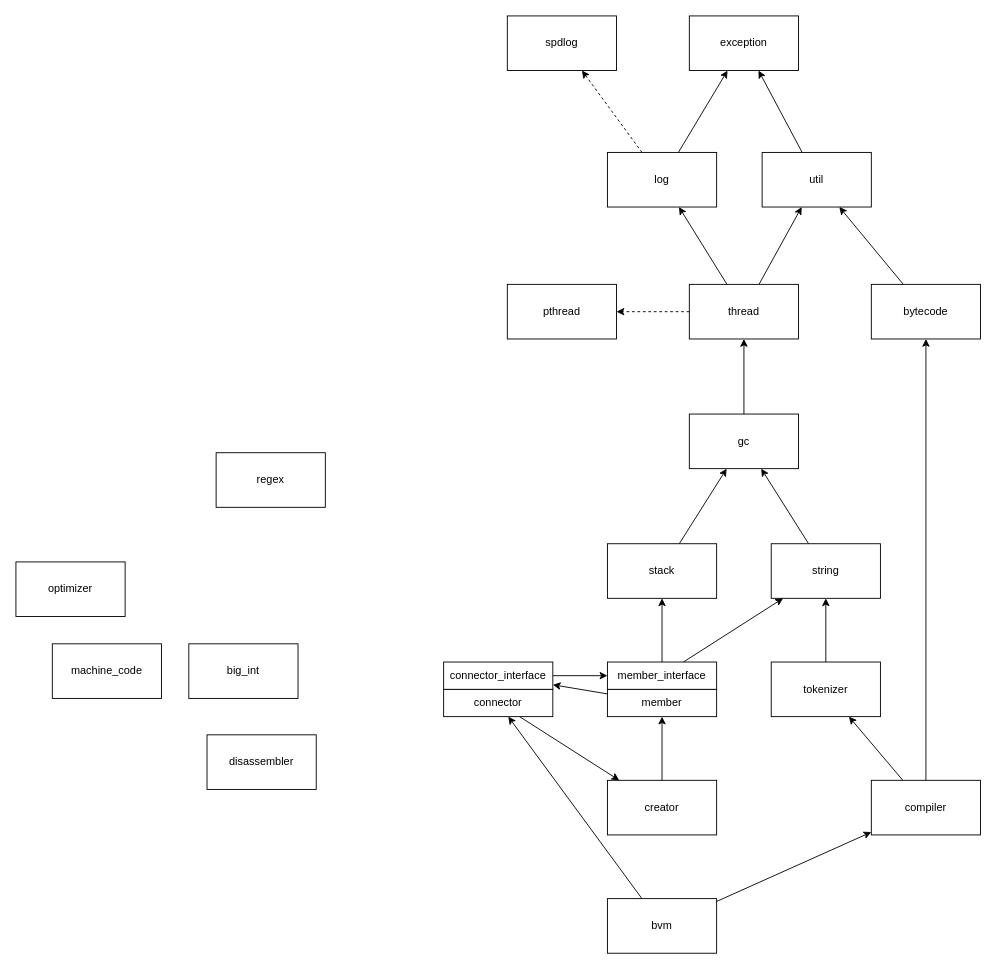
Earlier version of the draw.io diagram page "Dependencies" (3 of 4) of Components.drawio (bialang/bia). Source tidied: cells renumbered, new cells numbered last; positions are measured from the earlier drawing's top-left corner, leaving out a move shared by most shapes. Both pictures are drawn from the tidied source at 91%, with x=0, y=0 at pixel (15, 15).
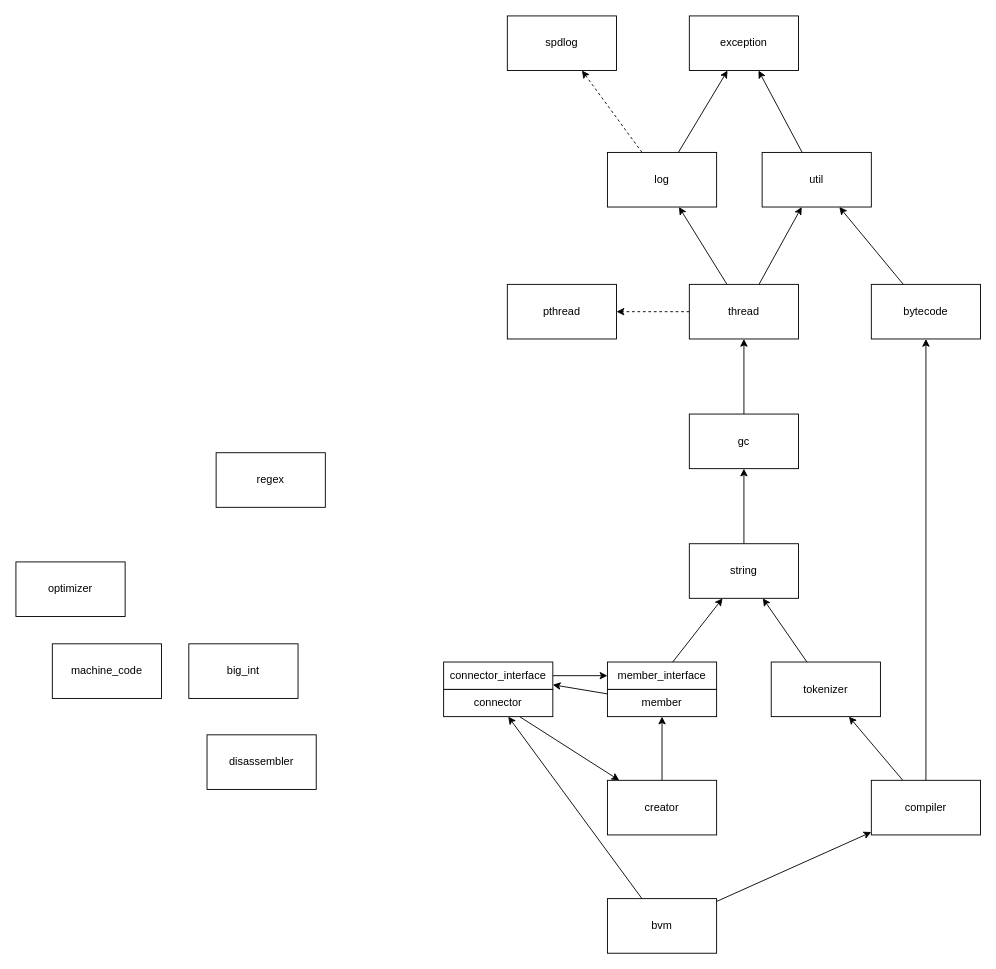
After the change.

Unchanged cells that the change refers to:
```xml
<mxCell id="4" value="gc" style="rounded=0;whiteSpace=wrap;html=1;" parent="1" vertex="1">
  <mxGeometry x="740" y="437.5" width="120" height="60" as="geometry" />
</mxCell>
<mxCell id="34" value="member_interface" style="rounded=0;whiteSpace=wrap;html=1;" parent="32" vertex="1">
  <mxGeometry width="120" height="30" as="geometry" />
</mxCell>
```

What changed in the source:
```diff
@@
     <mxCell id="10" value="string" style="rounded=0;whiteSpace=wrap;html=1;" parent="1" vertex="1">
-      <mxGeometry x="830" y="580" width="120" height="60" as="geometry" />
+      <mxGeometry x="740" y="580" width="120" height="60" as="geometry" />
     </mxCell>
@@
-    <mxCell id="30" style="edgeStyle=none;rounded=0;jettySize=auto;html=1;endArrow=classic;endFill=1;" parent="1" edge="1" source="31" target="4">
-      <mxGeometry relative="1" as="geometry" />
-    </mxCell>
-    <mxCell id="31" value="stack" style="rounded=0;whiteSpace=wrap;html=1;" parent="1" vertex="1">
-      <mxGeometry x="650" y="580" width="120" height="60" as="geometry" />
-    </mxCell>
@@
-    <mxCell id="36" style="rounded=0;jettySize=auto;html=1;" parent="1" edge="1" source="34" target="31">
-      <mxGeometry relative="1" as="geometry" />
-    </mxCell>
```
